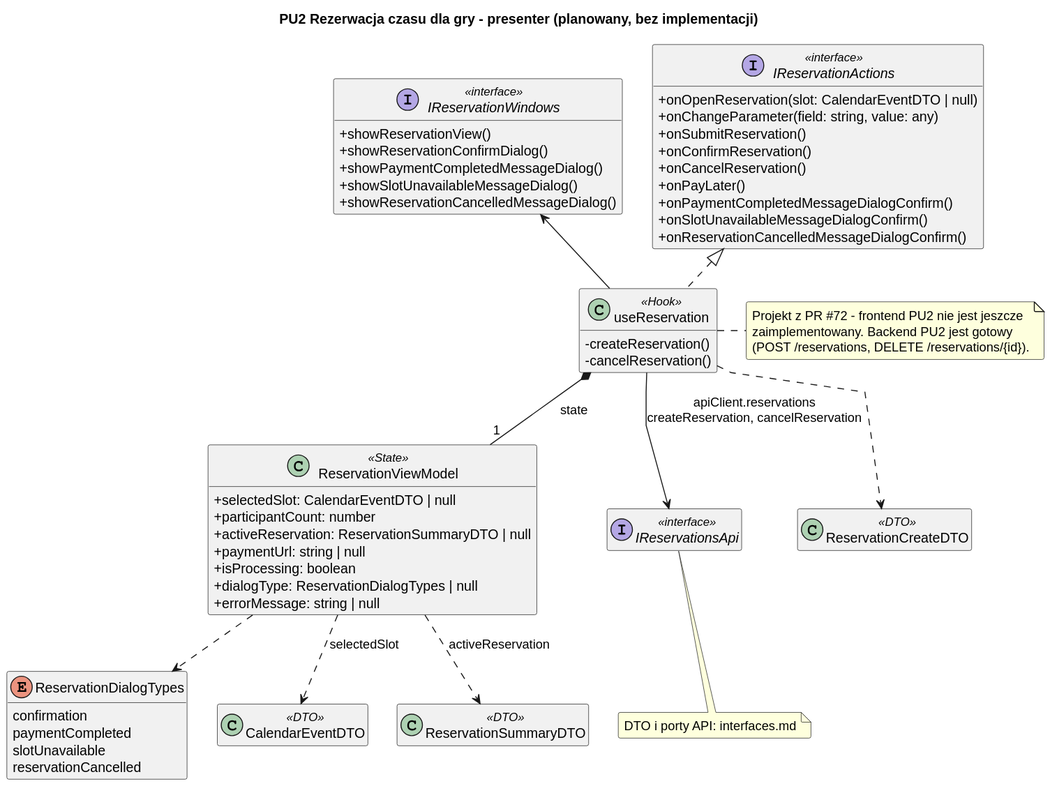
Before: diagrams/frontend/rendered/reservation-presenter.svg, a diagram exported from PlantUML (Igor-Ochocki/POP-2026Z).
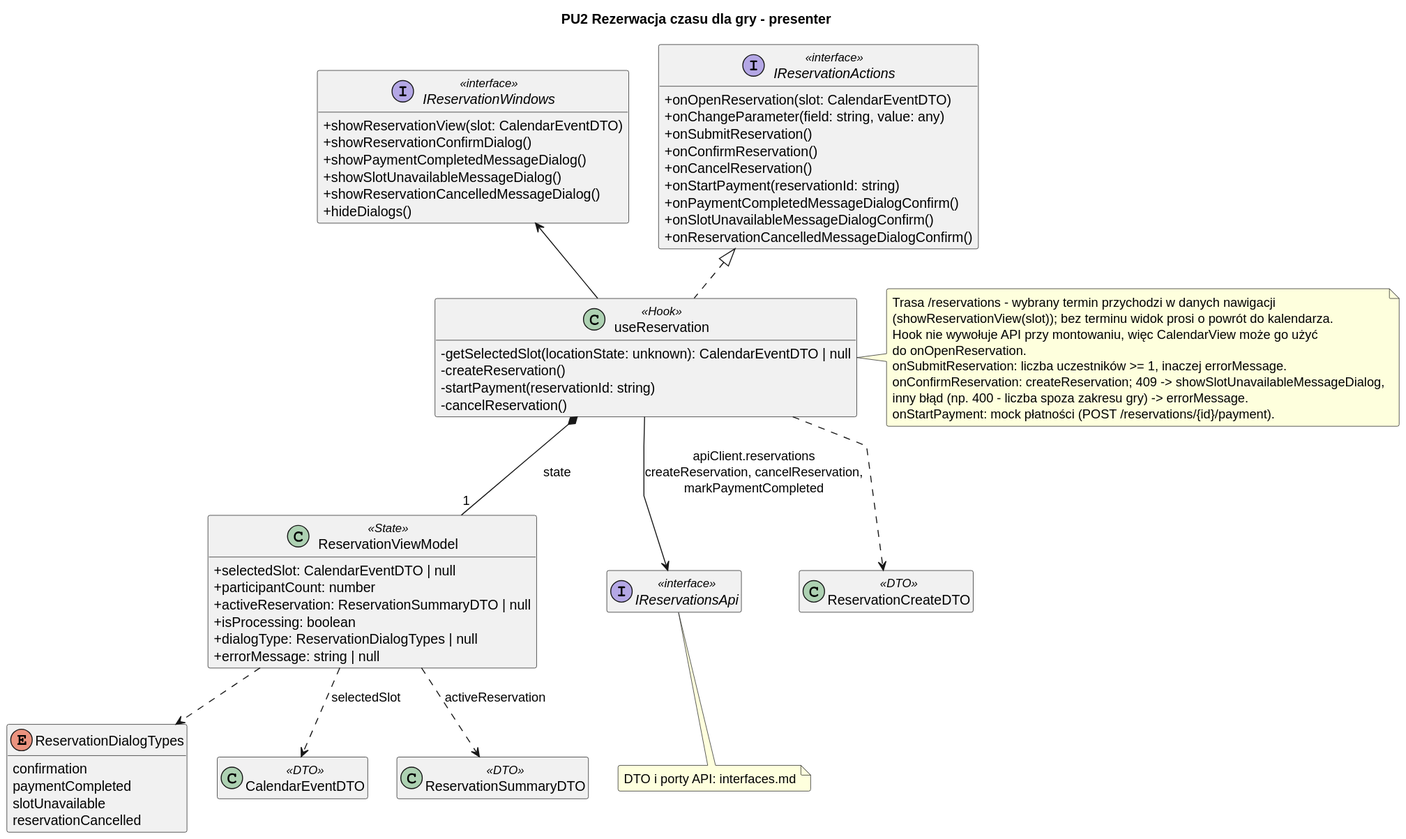
Later version of the same file.

What changed in the source:
```diff
@@ -8,30 +8,33 @@
 skinparam ranksep 40
 hide empty members
 
-title PU2 Rezerwacja czasu dla gry - presenter (planowany, bez implementacji)
+title PU2 Rezerwacja czasu dla gry - presenter
 
 interface IReservationActions <<interface>> {
-    + onOpenReservation(slot: CalendarEventDTO | null)
+    + onOpenReservation(slot: CalendarEventDTO)
     + onChangeParameter(field: string, value: any)
     + onSubmitReservation()
     + onConfirmReservation()
     + onCancelReservation()
-    + onPayLater()
+    + onStartPayment(reservationId: string)
     + onPaymentCompletedMessageDialogConfirm()
     + onSlotUnavailableMessageDialogConfirm()
     + onReservationCancelledMessageDialogConfirm()
 }
 
 interface IReservationWindows <<interface>> {
-    + showReservationView()
+    + showReservationView(slot: CalendarEventDTO)
     + showReservationConfirmDialog()
     + showPaymentCompletedMessageDialog()
     + showSlotUnavailableMessageDialog()
     + showReservationCancelledMessageDialog()
+    + hideDialogs()
 }
 
 class useReservation <<Hook>> {
+    - getSelectedSlot(locationState: unknown): CalendarEventDTO | null
     - createReservation()
+    - startPayment(reservationId: string)
     - cancelReservation()
 }
 
@@ -39,7 +42,6 @@
     + selectedSlot: CalendarEventDTO | null
     + participantCount: number
     + activeReservation: ReservationSummaryDTO | null
-    + paymentUrl: string | null
     + isProcessing: boolean
     + dialogType: ReservationDialogTypes | null
     + errorMessage: string | null
@@ -64,12 +66,17 @@
 ReservationViewModel ..> CalendarEventDTO : selectedSlot
 ReservationViewModel ..> ReservationSummaryDTO : activeReservation
 useReservation ..> ReservationCreateDTO
-useReservation --> IReservationsApi : apiClient.reservations\ncreateReservation, cancelReservation
+useReservation --> IReservationsApi : apiClient.reservations\ncreateReservation, cancelReservation,\nmarkPaymentCompleted
 
 note right of useReservation
-    Projekt z PR #72 - frontend PU2 nie jest jeszcze
-    zaimplementowany. Backend PU2 jest gotowy
-    (POST /reservations, DELETE /reservations/{id}).
+    Trasa /reservations - wybrany termin przychodzi w danych nawigacji
+    (showReservationView(slot)); bez terminu widok prosi o powrót do kalendarza.
+    Hook nie wywołuje API przy montowaniu, więc CalendarView może go użyć
+    do onOpenReservation.
+    onSubmitReservation: liczba uczestników >= 1, inaczej errorMessage.
+    onConfirmReservation: createReservation; 409 -> showSlotUnavailableMessageDialog,
+    inny błąd (np. 400 - liczba spoza zakresu gry) -> errorMessage.
+    onStartPayment: mock płatności (POST /reservations/{id}/payment).
 end note
 
 note bottom of IReservationsApi
```
